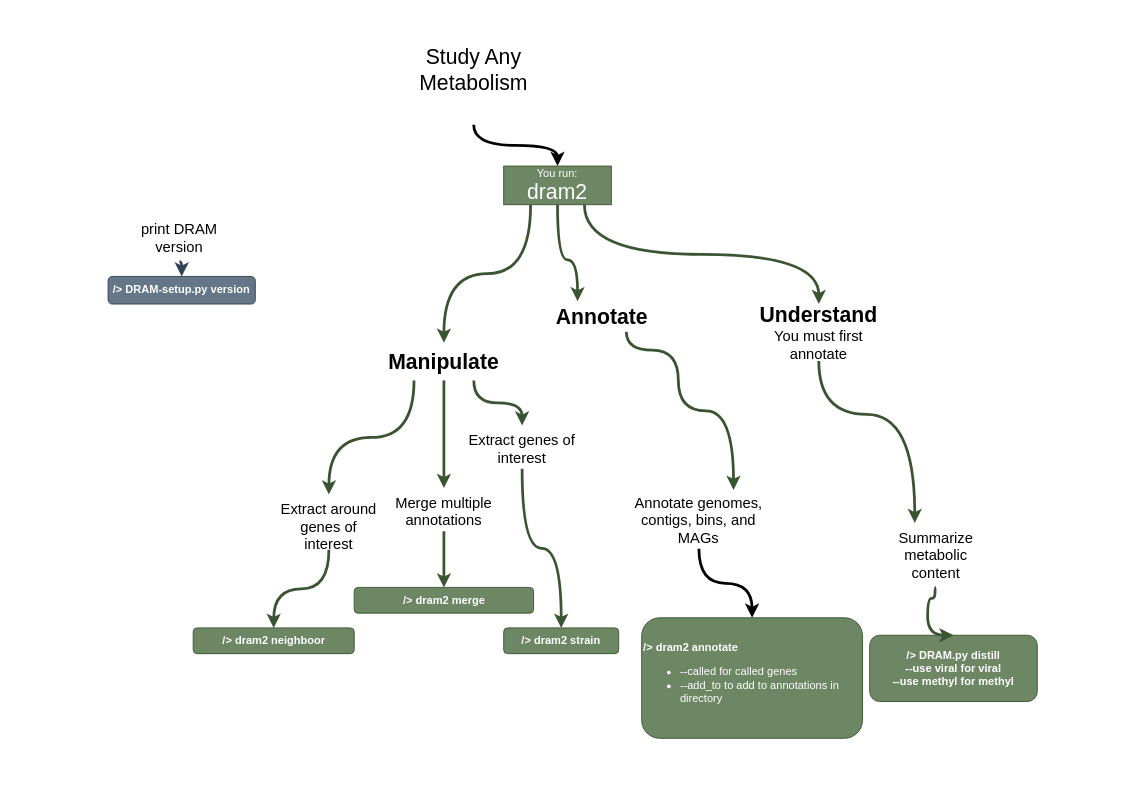
Earlier version of the draw.io diagram page "Page-1" (1 of 2) of images/dram2_comand_flow.drawio (BioRRW/DRAM2). Source tidied: cells renumbered, new cells numbered last; positions are measured from the earlier drawing's top-left corner, leaving out a move shared by most shapes. Both pictures are drawn from the tidied source at 92%, with x=0, y=0 at pixel (108, 16).
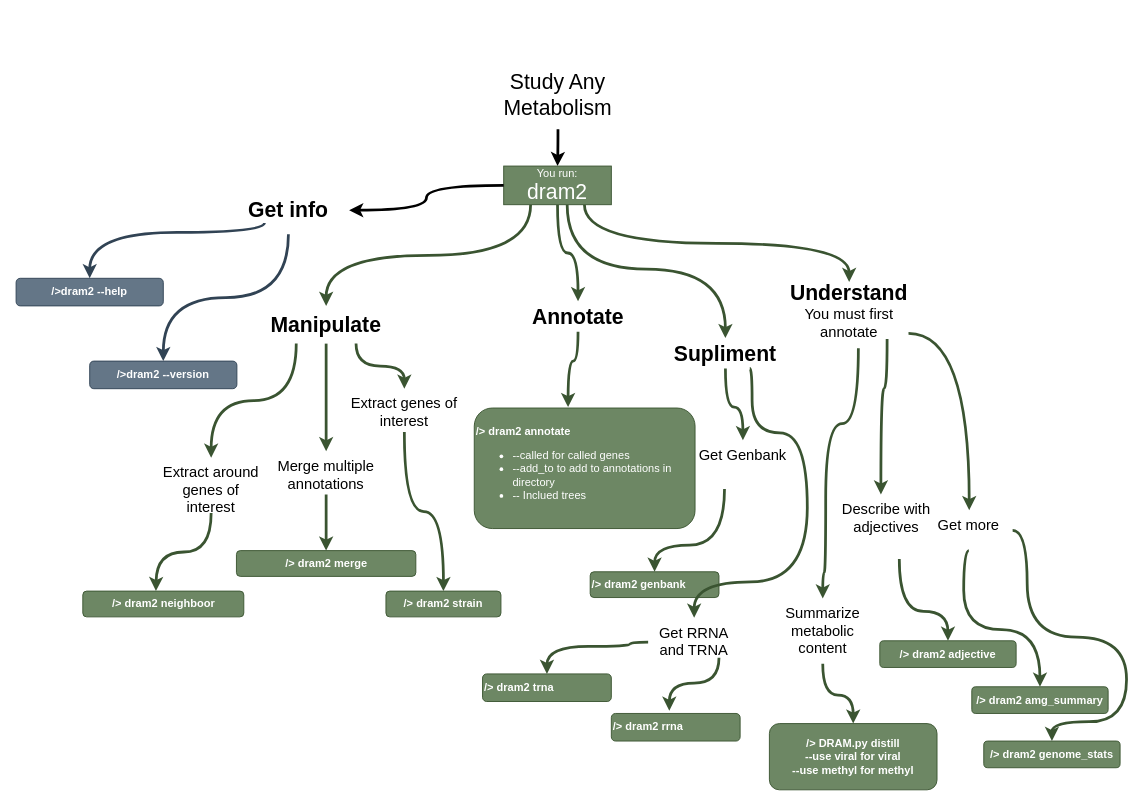
The same page after the edit.

The change refers to these unchanged cells:
```xml
<mxCell id="8" value="&lt;div&gt;You run:&lt;/div&gt;&lt;div style=&quot;font-size: 23px;&quot;&gt;dram2&lt;br&gt;&lt;/div&gt;" style="rounded=0;whiteSpace=wrap;html=1;fillColor=#6d8764;fontColor=#ffffff;strokeColor=#3A5431;" parent="1" vertex="1">
  <mxGeometry x="430" y="163" width="117" height="42" as="geometry" />
</mxCell>
```

Diff of the diagram source:
```diff
@@
-    <mxCell id="3" style="edgeStyle=orthogonalEdgeStyle;curved=1;rounded=0;jettySize=auto;html=1;exitX=0.5;exitY=1;exitDx=0;exitDy=0;entryX=0.5;entryY=0;entryDx=0;entryDy=0;strokeWidth=3;fontSize=16;" parent="1" edge="1" source="4" target="8">
+    <mxCell id="3" style="edgeStyle=orthogonalEdgeStyle;curved=1;rounded=0;jettySize=auto;html=1;entryX=0.5;entryY=0;entryDx=0;entryDy=0;strokeWidth=3;fontSize=16;" parent="1" edge="1" source="4" target="8">
       <mxGeometry relative="1" as="geometry" />
     </mxCell>
     <mxCell id="4" value="&lt;font style=&quot;font-size: 23px;&quot;&gt;Study Any Metabolism&lt;br&gt;&lt;/font&gt;" style="text;html=1;strokeColor=none;fillColor=none;align=center;verticalAlign=middle;whiteSpace=wrap;rounded=0;" parent="1" vertex="1">
-      <mxGeometry x="290" width="214.8" height="118" as="geometry" />
+      <mxGeometry x="399" y="48" width="180" height="75" as="geometry" />
     </mxCell>
-    <mxCell id="5" style="edgeStyle=orthogonalEdgeStyle;curved=1;rounded=0;jettySize=auto;html=1;strokeWidth=3;fontSize=23;fillColor=#6d8764;strokeColor=#3A5431;entryX=0.25;entryY=0;entryDx=0;entryDy=0;exitX=0.5;exitY=1;exitDx=0;exitDy=0;" parent="1" edge="1" source="8" target="20">
-      <mxGeometry relative="1" as="geometry">
-        <Array as="points">
-          <mxPoint x="489" y="265" />
-          <mxPoint x="510" y="265" />
-        </Array>
-      </mxGeometry>
+    <mxCell id="5" style="edgeStyle=orthogonalEdgeStyle;curved=1;rounded=0;jettySize=auto;html=1;strokeWidth=3;fontSize=23;fillColor=#6d8764;strokeColor=#3A5431;" parent="1" edge="1" source="8" target="20">
+      <mxGeometry relative="1" as="geometry" />
     </mxCell>
@@
-    <mxCell id="9" value="&lt;div&gt;&lt;b&gt;/&amp;gt; DRAM-setup.py version&lt;/b&gt;&lt;/div&gt;" style="rounded=1;whiteSpace=wrap;html=1;fillColor=#647687;fontColor=#ffffff;strokeColor=#314354;" parent="1" vertex="1">
-      <mxGeometry y="283" width="160" height="30" as="geometry" />
+    <mxCell id="9" value="&lt;div&gt;&lt;b&gt;/&amp;gt;dram2 --version&lt;br&gt;&lt;/b&gt;&lt;/div&gt;" style="rounded=1;whiteSpace=wrap;html=1;fillColor=#647687;fontColor=#ffffff;strokeColor=#314354;" parent="1" vertex="1">
+      <mxGeometry x="-20" y="375" width="160" height="30" as="geometry" />
     </mxCell>
@@
-    <mxCell id="11" value="&lt;font style=&quot;font-size: 16px;&quot;&gt;print DRAM version&lt;/font&gt;" style="text;html=1;strokeColor=none;fillColor=none;align=center;verticalAlign=middle;whiteSpace=wrap;rounded=0;" parent="1" vertex="1">
-      <mxGeometry x="29" y="215" width="97" height="52" as="geometry" />
+    <mxCell id="11" value="&lt;font style=&quot;font-size: 23px;&quot;&gt;&lt;b&gt;&lt;font style=&quot;font-size: 23px;&quot;&gt;Get info&lt;br&gt;&lt;/font&gt;&lt;/b&gt;&lt;/font&gt;" style="text;html=1;strokeColor=none;fillColor=none;align=center;verticalAlign=middle;whiteSpace=wrap;rounded=0;" parent="1" vertex="1">
+      <mxGeometry x="130" y="185" width="132" height="52" as="geometry" />
     </mxCell>
-    <mxCell id="12" value="&lt;div align=&quot;left&quot;&gt;&lt;b&gt;/&amp;gt; dram2 annotate&lt;/b&gt;&lt;br&gt;&lt;/div&gt;&lt;ul&gt;&lt;li&gt; --called for called genes&lt;/li&gt;&lt;li&gt;--add_to to add to annotations in directory &lt;/li&gt;&lt;/ul&gt;" style="rounded=1;whiteSpace=wrap;html=1;fillColor=#6d8764;fontColor=#ffffff;strokeColor=#3A5431;align=left;" parent="1" vertex="1">
-      <mxGeometry x="580" y="654" width="240" height="131" as="geometry" />
+    <mxCell id="12" value="&lt;div align=&quot;left&quot;&gt;&lt;b&gt;/&amp;gt; dram2 annotate&lt;/b&gt;&lt;br&gt;&lt;/div&gt;&lt;ul&gt;&lt;li&gt; --called for called genes&lt;/li&gt;&lt;li&gt;--add_to to add to annotations in directory &lt;/li&gt;&lt;li&gt;-- Inclued trees&lt;br&gt;&lt;/li&gt;&lt;/ul&gt;" style="rounded=1;whiteSpace=wrap;html=1;fillColor=#6d8764;fontColor=#ffffff;strokeColor=#3A5431;align=left;" parent="1" vertex="1">
+      <mxGeometry x="398" y="426" width="240" height="131" as="geometry" />
     </mxCell>
     <mxCell id="13" value="&lt;div&gt;&lt;b&gt;/&amp;gt; DRAM.py distill&lt;/b&gt;&lt;/div&gt;&lt;div&gt;&lt;b&gt;--use viral for viral&lt;/b&gt;&lt;/div&gt;&lt;div&gt;&lt;b&gt;--use methyl for methyl&lt;br&gt;&lt;/b&gt;&lt;/div&gt;" style="rounded=1;whiteSpace=wrap;html=1;fillColor=#6d8764;fontColor=#ffffff;strokeColor=#3A5431;" parent="1" vertex="1">
-      <mxGeometry x="827.8" y="673" width="182.2" height="72" as="geometry" />
+      <mxGeometry x="718.8" y="769" width="182.2" height="72" as="geometry" />
     </mxCell>
     <mxCell id="14" value="&lt;b&gt;/&amp;gt; dram2 strain&lt;br&gt;&lt;/b&gt;" style="rounded=1;whiteSpace=wrap;html=1;fillColor=#6d8764;fontColor=#ffffff;strokeColor=#3A5431;" parent="1" vertex="1">
-      <mxGeometry x="430" y="665" width="125" height="28" as="geometry" />
+      <mxGeometry x="302" y="625" width="125" height="28" as="geometry" />
     </mxCell>
     <mxCell id="15" value="&lt;b&gt;/&amp;gt; dram2 neighboor&lt;/b&gt;" style="rounded=1;whiteSpace=wrap;html=1;fillColor=#6d8764;fontColor=#ffffff;strokeColor=#3A5431;" parent="1" vertex="1">
-      <mxGeometry x="92.5" y="665" width="175" height="28" as="geometry" />
+      <mxGeometry x="-27.5" y="625" width="175" height="28" as="geometry" />
     </mxCell>
     <mxCell id="16" value="&lt;b&gt;/&amp;gt; dram2 merge&lt;/b&gt;" style="rounded=1;whiteSpace=wrap;html=1;fillColor=#6d8764;fontColor=#ffffff;strokeColor=#3A5431;" parent="1" vertex="1">
-      <mxGeometry x="267.5" y="621" width="195" height="28" as="geometry" />
+      <mxGeometry x="139.5" y="581" width="195" height="28" as="geometry" />
     </mxCell>
-    <mxCell id="17" style="edgeStyle=orthogonalEdgeStyle;curved=1;jettySize=auto;html=1;exitX=0.5;exitY=1;exitDx=0;exitDy=0;strokeWidth=3;" parent="1" edge="1" source="18" target="12">
-      <mxGeometry relative="1" as="geometry" />
-    </mxCell>
-    <mxCell id="18" value="&lt;div align=&quot;center&quot;&gt;Annotate genomes, contigs, bins, and MAGs&lt;/div&gt;" style="text;whiteSpace=wrap;html=1;fontSize=16;align=center;" parent="1" vertex="1">
-      <mxGeometry x="560.2" y="513" width="164" height="66" as="geometry" />
-    </mxCell>
-    <mxCell id="19" style="edgeStyle=orthogonalEdgeStyle;curved=1;rounded=0;jettySize=auto;html=1;exitX=0.75;exitY=1;exitDx=0;exitDy=0;strokeWidth=3;fontSize=23;fillColor=#6d8764;strokeColor=#3A5431;" parent="1" edge="1" source="20">
-      <mxGeometry relative="1" as="geometry">
-        <mxPoint x="679.8" y="515" as="targetPoint" />
-        <Array as="points">
-          <mxPoint x="563.8" y="363" />
-          <mxPoint x="619.8" y="363" />
-          <mxPoint x="619.8" y="429" />
-          <mxPoint x="679.8" y="429" />
-        </Array>
-      </mxGeometry>
-    </mxCell>
     <mxCell id="20" value="&lt;font style=&quot;font-size: 23px;&quot;&gt;&lt;b&gt;Annotate&lt;/b&gt;&lt;/font&gt;" style="text;html=1;strokeColor=none;fillColor=none;align=center;verticalAlign=middle;whiteSpace=wrap;rounded=0;fontSize=16;" parent="1" vertex="1">
-      <mxGeometry x="483.8" y="310" width="106" height="33" as="geometry" />
+      <mxGeometry x="457.8" y="310" width="106" height="33" as="geometry" />
     </mxCell>
-    <mxCell id="21" style="edgeStyle=orthogonalEdgeStyle;curved=1;rounded=0;jettySize=auto;html=1;exitX=0.5;exitY=1;exitDx=0;exitDy=0;strokeWidth=3;fontSize=23;fillColor=#6d8764;strokeColor=#3A5431;" parent="1" edge="1" source="23" target="28">
+    <mxCell id="21" style="edgeStyle=orthogonalEdgeStyle;curved=1;rounded=0;jettySize=auto;html=1;exitX=0.5;exitY=1;exitDx=0;exitDy=0;strokeWidth=3;fontSize=23;fillColor=#6d8764;strokeColor=#3A5431;entryX=0.5;entryY=0;entryDx=0;entryDy=0;" parent="1" edge="1" source="36" target="41">
       <mxGeometry relative="1" as="geometry">
         <Array as="points">
-          <mxPoint x="772.8" y="433" />
-          <mxPoint x="876.8" y="433" />
+          <mxPoint x="671" y="425" />
+          <mxPoint x="690" y="425" />
         </Array>
       </mxGeometry>
     </mxCell>
@@
     <mxCell id="23" value="&lt;div&gt;&lt;font style=&quot;font-size: 23px;&quot;&gt;&lt;b&gt;Understand&lt;/b&gt;&lt;/font&gt;&lt;/div&gt;You must first annotate" style="text;html=1;strokeColor=none;fillColor=none;align=center;verticalAlign=middle;whiteSpace=wrap;rounded=0;fontSize=16;" parent="1" vertex="1">
-      <mxGeometry x="690" y="313" width="165" height="62" as="geometry" />
+      <mxGeometry x="723" y="289" width="165" height="62" as="geometry" />
     </mxCell>
@@
     <mxCell id="26" value="&lt;b&gt;Manipulate&lt;/b&gt;" style="text;html=1;strokeColor=none;fillColor=none;align=center;verticalAlign=middle;whiteSpace=wrap;rounded=0;fontSize=23;" parent="1" vertex="1">
-      <mxGeometry x="300" y="355" width="130" height="41" as="geometry" />
+      <mxGeometry x="172" y="315" width="130" height="41" as="geometry" />
     </mxCell>
-    <mxCell id="27" style="edgeStyle=orthogonalEdgeStyle;curved=1;rounded=0;jettySize=auto;html=1;exitX=0.5;exitY=1;exitDx=0;exitDy=0;entryX=0.5;entryY=0;entryDx=0;entryDy=0;strokeWidth=3;fontSize=23;fillColor=#6d8764;strokeColor=#3A5431;" parent="1" edge="1" source="28" target="13">
+    <mxCell id="27" style="edgeStyle=orthogonalEdgeStyle;curved=1;rounded=0;jettySize=auto;html=1;exitX=0.5;exitY=1;exitDx=0;exitDy=0;entryX=0.5;entryY=0;entryDx=0;entryDy=0;strokeWidth=3;fontSize=23;fillColor=#6d8764;strokeColor=#3A5431;" parent="1" edge="1" target="13">
       <mxGeometry relative="1" as="geometry">
+        <mxPoint x="776.8" y="704" as="sourcePoint" />
         <Array as="points">
-          <mxPoint x="898.8" y="621" />
-          <mxPoint x="898.8" y="633" />
-          <mxPoint x="890.8" y="633" />
+          <mxPoint x="777" y="738" />
+          <mxPoint x="810" y="738" />
         </Array>
       </mxGeometry>
     </mxCell>
     <mxCell id="28" value="&lt;div align=&quot;center&quot;&gt;Summarize metabolic content&lt;br&gt;&lt;/div&gt;" style="text;whiteSpace=wrap;html=1;fontSize=16;align=center;" parent="1" vertex="1">
-      <mxGeometry x="844.8" y="551" width="110" height="70" as="geometry" />
+      <mxGeometry x="721.8" y="633" width="110" height="70" as="geometry" />
     </mxCell>
-    <mxCell id="29" style="edgeStyle=orthogonalEdgeStyle;curved=1;rounded=0;jettySize=auto;html=1;exitX=0.5;exitY=1;exitDx=0;exitDy=0;strokeWidth=3;fontSize=23;fillColor=#6d8764;strokeColor=#3A5431;" parent="1" edge="1" source="30" target="15">
-      <mxGeometry relative="1" as="geometry" />
+    <mxCell id="29" style="edgeStyle=orthogonalEdgeStyle;curved=1;rounded=0;jettySize=auto;html=1;exitX=0.5;exitY=1;exitDx=0;exitDy=0;strokeWidth=3;fontSize=23;fillColor=#6d8764;strokeColor=#3A5431;" parent="1" edge="1" source="30">
+      <mxGeometry relative="1" as="geometry">
+        <mxPoint x="52" y="625" as="targetPoint" />
+      </mxGeometry>
     </mxCell>
     <mxCell id="30" value="&lt;div align=&quot;center&quot;&gt;Extract around genes of interest&lt;/div&gt;" style="text;whiteSpace=wrap;html=1;fontSize=16;align=center;" parent="1" vertex="1">
-      <mxGeometry x="180" y="520" width="120" height="60" as="geometry" />
+      <mxGeometry x="52" y="480" width="120" height="60" as="geometry" />
     </mxCell>
@@
     <mxCell id="32" value="&lt;div align=&quot;center&quot;&gt;Extract genes of interest&lt;/div&gt;" style="text;whiteSpace=wrap;html=1;fontSize=16;align=center;" parent="1" vertex="1">
-      <mxGeometry x="390" y="445" width="120" height="47" as="geometry" />
+      <mxGeometry x="262" y="405" width="120" height="47" as="geometry" />
     </mxCell>
@@
     <mxCell id="34" value="&lt;div align=&quot;center&quot;&gt;Merge multiple annotations&lt;/div&gt;" style="text;whiteSpace=wrap;html=1;fontSize=16;align=center;" parent="1" vertex="1">
-      <mxGeometry x="305" y="513" width="120" height="47" as="geometry" />
+      <mxGeometry x="177" y="473" width="120" height="47" as="geometry" />
     </mxCell>
+    <mxCell id="35" style="edgeStyle=orthogonalEdgeStyle;curved=1;rounded=0;jettySize=auto;html=1;strokeWidth=3;fontSize=23;fillColor=#6d8764;strokeColor=#3A5431;exitX=0.5;exitY=1;exitDx=0;exitDy=0;" parent="1" edge="1" source="20">
+      <mxGeometry relative="1" as="geometry">
+        <mxPoint x="500" y="425" as="targetPoint" />
+        <Array as="points">
+          <mxPoint x="511" y="375" />
+          <mxPoint x="500" y="375" />
+        </Array>
+      </mxGeometry>
+    </mxCell>
+    <mxCell id="36" value="&lt;font style=&quot;font-size: 23px;&quot;&gt;&lt;b&gt;Supliment&lt;/b&gt;&lt;/font&gt;" style="text;html=1;strokeColor=none;fillColor=none;align=center;verticalAlign=middle;whiteSpace=wrap;rounded=0;fontSize=16;" parent="1" vertex="1">
+      <mxGeometry x="618" y="350" width="106" height="33" as="geometry" />
+    </mxCell>
+    <mxCell id="37" style="edgeStyle=orthogonalEdgeStyle;curved=1;rounded=0;jettySize=auto;html=1;strokeWidth=3;fontSize=23;fillColor=#6d8764;strokeColor=#3A5431;entryX=0.5;entryY=0;entryDx=0;entryDy=0;" parent="1" edge="1" source="8" target="36">
+      <mxGeometry relative="1" as="geometry">
+        <Array as="points">
+          <mxPoint x="499" y="275" />
+          <mxPoint x="671" y="275" />
+        </Array>
+      </mxGeometry>
+    </mxCell>
+    <mxCell id="38" value="&lt;div align=&quot;left&quot;&gt;&lt;b&gt;/&amp;gt; dram2 genbank&lt;/b&gt;&lt;br&gt;&lt;/div&gt;" style="rounded=1;whiteSpace=wrap;html=1;fillColor=#6d8764;fontColor=#ffffff;strokeColor=#3A5431;align=left;" parent="1" vertex="1">
+      <mxGeometry x="524" y="604" width="140" height="28" as="geometry" />
+    </mxCell>
+    <mxCell id="39" value="&lt;div align=&quot;left&quot;&gt;&lt;b&gt;/&amp;gt; dram2 trna&lt;/b&gt;&lt;br&gt;&lt;/div&gt;" style="rounded=1;whiteSpace=wrap;html=1;fillColor=#6d8764;fontColor=#ffffff;strokeColor=#3A5431;align=left;" parent="1" vertex="1">
+      <mxGeometry x="407" y="715" width="140" height="30" as="geometry" />
+    </mxCell>
+    <mxCell id="40" value="&lt;div align=&quot;left&quot;&gt;&lt;b&gt;/&amp;gt; dram2 rrna&lt;/b&gt;&lt;br&gt;&lt;/div&gt;" style="rounded=1;whiteSpace=wrap;html=1;fillColor=#6d8764;fontColor=#ffffff;strokeColor=#3A5431;align=left;" parent="1" vertex="1">
+      <mxGeometry x="547" y="758" width="140" height="30" as="geometry" />
+    </mxCell>
+    <mxCell id="41" value="&lt;div align=&quot;center&quot;&gt;Get Genbank&lt;br&gt;&lt;/div&gt;" style="text;whiteSpace=wrap;html=1;fontSize=16;align=center;" parent="1" vertex="1">
+      <mxGeometry x="640" y="461" width="100" height="53" as="geometry" />
+    </mxCell>
+    <mxCell id="42" value="&lt;div align=&quot;center&quot;&gt;Get RRNA and TRNA&lt;br&gt;&lt;/div&gt;" style="text;whiteSpace=wrap;html=1;fontSize=16;align=center;" parent="1" vertex="1">
+      <mxGeometry x="587" y="654" width="100" height="53" as="geometry" />
+    </mxCell>
+    <mxCell id="43" style="edgeStyle=orthogonalEdgeStyle;curved=1;rounded=0;jettySize=auto;html=1;exitX=0.5;exitY=1;exitDx=0;exitDy=0;strokeWidth=3;fontSize=23;fillColor=#6d8764;strokeColor=#3A5431;entryX=0.5;entryY=0;entryDx=0;entryDy=0;" parent="1" edge="1" target="28">
+      <mxGeometry relative="1" as="geometry">
+        <mxPoint x="815.5" y="361" as="sourcePoint" />
+        <Array as="points">
+          <mxPoint x="816" y="443" />
+          <mxPoint x="780" y="443" />
+          <mxPoint x="780" y="605" />
+          <mxPoint x="777" y="605" />
+        </Array>
+      </mxGeometry>
+    </mxCell>
+    <mxCell id="44" style="edgeStyle=orthogonalEdgeStyle;curved=1;rounded=0;jettySize=auto;html=1;strokeWidth=3;fontSize=23;fillColor=#6d8764;strokeColor=#3A5431;exitX=0.75;exitY=1;exitDx=0;exitDy=0;entryX=0.5;entryY=0;entryDx=0;entryDy=0;" parent="1" edge="1" source="36" target="42">
+      <mxGeometry relative="1" as="geometry">
+        <Array as="points">
+          <mxPoint x="700" y="383" />
+          <mxPoint x="700" y="453" />
+          <mxPoint x="760" y="453" />
+          <mxPoint x="760" y="615" />
+          <mxPoint x="637" y="615" />
+        </Array>
+      </mxGeometry>
+    </mxCell>
+    <mxCell id="45" style="edgeStyle=orthogonalEdgeStyle;curved=1;rounded=0;jettySize=auto;html=1;strokeWidth=3;fontSize=23;fillColor=#6d8764;strokeColor=#3A5431;entryX=0.5;entryY=0;entryDx=0;entryDy=0;" parent="1" edge="1" source="41" target="38">
+      <mxGeometry relative="1" as="geometry">
+        <Array as="points">
+          <mxPoint x="670" y="575" />
+          <mxPoint x="594" y="575" />
+        </Array>
+      </mxGeometry>
+    </mxCell>
+    <mxCell id="46" style="edgeStyle=orthogonalEdgeStyle;curved=1;rounded=0;jettySize=auto;html=1;strokeWidth=3;fontSize=23;fillColor=#6d8764;strokeColor=#3A5431;entryX=0.5;entryY=0;entryDx=0;entryDy=0;" parent="1" edge="1" source="42" target="39">
+      <mxGeometry relative="1" as="geometry">
+        <Array as="points">
+          <mxPoint x="567" y="681" />
+          <mxPoint x="567" y="685" />
+          <mxPoint x="477" y="685" />
+        </Array>
+      </mxGeometry>
+    </mxCell>
+    <mxCell id="47" value="&lt;div&gt;&lt;b&gt;/&amp;gt; dram2 adjective &lt;/b&gt;&lt;/div&gt;" style="rounded=1;whiteSpace=wrap;html=1;fillColor=#6d8764;fontColor=#ffffff;strokeColor=#3A5431;" parent="1" vertex="1">
+      <mxGeometry x="838.8" y="679" width="148.2" height="29" as="geometry" />
+    </mxCell>
+    <mxCell id="48" style="edgeStyle=orthogonalEdgeStyle;curved=1;rounded=0;jettySize=auto;html=1;entryX=0.5;entryY=0;entryDx=0;entryDy=0;strokeWidth=3;fontSize=23;fillColor=#6d8764;strokeColor=#3A5431;" parent="1" edge="1" source="49" target="47">
+      <mxGeometry relative="1" as="geometry">
+        <Array as="points">
+          <mxPoint x="860" y="647" />
+          <mxPoint x="913" y="647" />
+        </Array>
+      </mxGeometry>
+    </mxCell>
+    <mxCell id="49" value="&lt;div align=&quot;center&quot;&gt;Describe with adjectives&lt;br&gt;&lt;/div&gt;" style="text;whiteSpace=wrap;html=1;fontSize=16;align=center;" parent="1" vertex="1">
+      <mxGeometry x="791" y="520" width="110" height="70" as="geometry" />
+    </mxCell>
+    <mxCell id="50" style="edgeStyle=orthogonalEdgeStyle;curved=1;rounded=0;jettySize=auto;html=1;exitX=0.75;exitY=1;exitDx=0;exitDy=0;strokeWidth=3;fontSize=23;fillColor=#6d8764;strokeColor=#3A5431;" parent="1" edge="1" source="23" target="49">
+      <mxGeometry relative="1" as="geometry">
+        <Array as="points">
+          <mxPoint x="847" y="405" />
+          <mxPoint x="840" y="405" />
+        </Array>
+      </mxGeometry>
+    </mxCell>
+    <mxCell id="51" value="&lt;div&gt;&lt;b&gt;/&amp;gt; dram2 amg_summary &lt;/b&gt;&lt;/div&gt;" style="rounded=1;whiteSpace=wrap;html=1;fillColor=#6d8764;fontColor=#ffffff;strokeColor=#3A5431;" parent="1" vertex="1">
+      <mxGeometry x="938.8" y="729" width="148.2" height="29" as="geometry" />
+    </mxCell>
+    <mxCell id="52" style="edgeStyle=orthogonalEdgeStyle;curved=1;rounded=0;jettySize=auto;html=1;exitX=0.5;exitY=1;exitDx=0;exitDy=0;entryX=0.5;entryY=0;entryDx=0;entryDy=0;strokeWidth=3;fontSize=23;fillColor=#6d8764;strokeColor=#3A5431;" parent="1" edge="1" source="53" target="51">
+      <mxGeometry relative="1" as="geometry">
+        <Array as="points">
+          <mxPoint x="930" y="581" />
+          <mxPoint x="930" y="667" />
+          <mxPoint x="1013" y="667" />
+        </Array>
+      </mxGeometry>
+    </mxCell>
+    <mxCell id="53" value="Get more" style="text;whiteSpace=wrap;html=1;fontSize=16;align=center;" parent="1" vertex="1">
+      <mxGeometry x="888" y="537" width="95.2" height="44" as="geometry" />
+    </mxCell>
+    <mxCell id="54" style="edgeStyle=orthogonalEdgeStyle;curved=1;rounded=0;jettySize=auto;html=1;strokeWidth=3;fontSize=23;fillColor=#6d8764;strokeColor=#3A5431;exitX=0.891;exitY=0.903;exitDx=0;exitDy=0;exitPerimeter=0;" parent="1" edge="1" source="23" target="53">
+      <mxGeometry relative="1" as="geometry">
+        <Array as="points">
+          <mxPoint x="936" y="345" />
+        </Array>
+      </mxGeometry>
+    </mxCell>
+    <mxCell id="55" value="&lt;div&gt;&lt;b&gt;/&amp;gt;dram2 --help&lt;br&gt;&lt;/b&gt;&lt;/div&gt;" style="rounded=1;whiteSpace=wrap;html=1;fillColor=#647687;fontColor=#ffffff;strokeColor=#314354;" parent="1" vertex="1">
+      <mxGeometry x="-100" y="285" width="160" height="30" as="geometry" />
+    </mxCell>
+    <mxCell id="56" style="edgeStyle=orthogonalEdgeStyle;curved=1;rounded=0;jettySize=auto;html=1;entryX=0.5;entryY=0;entryDx=0;entryDy=0;strokeWidth=3;fontSize=16;fillColor=#647687;strokeColor=#314354;" parent="1" edge="1" target="55">
+      <mxGeometry relative="1" as="geometry">
+        <mxPoint x="170" y="225" as="sourcePoint" />
+        <Array as="points">
+          <mxPoint x="-20" y="235" />
+        </Array>
+      </mxGeometry>
+    </mxCell>
+    <mxCell id="57" style="edgeStyle=orthogonalEdgeStyle;curved=1;rounded=0;jettySize=auto;html=1;strokeWidth=3;fontSize=16;exitX=0;exitY=0.5;exitDx=0;exitDy=0;" parent="1" edge="1" source="8" target="11">
+      <mxGeometry relative="1" as="geometry" />
+    </mxCell>
+    <mxCell id="58" value="&lt;div&gt;&lt;b&gt;/&amp;gt; dram2 genome_stats &lt;/b&gt;&lt;/div&gt;" style="rounded=1;whiteSpace=wrap;html=1;fillColor=#6d8764;fontColor=#ffffff;strokeColor=#3A5431;" parent="1" vertex="1">
+      <mxGeometry x="951.8" y="788" width="148.2" height="29" as="geometry" />
+    </mxCell>
+    <mxCell id="59" style="edgeStyle=orthogonalEdgeStyle;curved=1;rounded=0;jettySize=auto;html=1;entryX=0.5;entryY=0;entryDx=0;entryDy=0;strokeWidth=3;fontSize=23;fillColor=#6d8764;strokeColor=#3A5431;" parent="1" edge="1" source="53" target="58">
+      <mxGeometry relative="1" as="geometry">
+        <Array as="points">
+          <mxPoint x="999" y="559" />
+          <mxPoint x="999" y="675" />
+          <mxPoint x="1107" y="675" />
+          <mxPoint x="1107" y="767" />
+          <mxPoint x="1026" y="767" />
+        </Array>
+      </mxGeometry>
+    </mxCell>
+    <mxCell id="60" style="edgeStyle=orthogonalEdgeStyle;curved=1;rounded=0;orthogonalLoop=1;jettySize=auto;html=1;exitX=0.5;exitY=1;exitDx=0;exitDy=0;strokeWidth=3;fontSize=23;fillColor=#6d8764;strokeColor=#3A5431;" parent="1" edge="1">
+      <mxGeometry relative="1" as="geometry">
+        <mxPoint x="664" y="697.5" as="sourcePoint" />
+        <mxPoint x="610" y="755" as="targetPoint" />
+        <Array as="points">
+          <mxPoint x="664" y="725" />
+          <mxPoint x="610" y="725" />
+        </Array>
+      </mxGeometry>
+    </mxCell>
```
